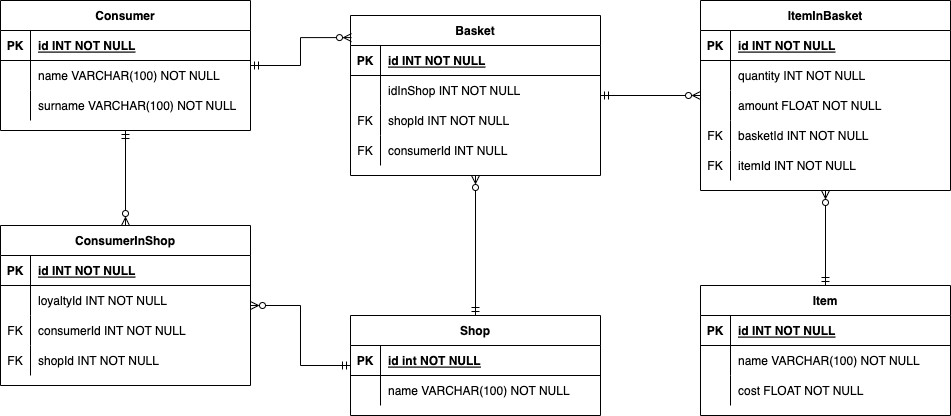
Above: ER_диаграмма_БД.png in DbnStr/diplom_work (draw.io), before the change. Source tidied: cells renumbered, new cells last; positions are measured from the earlier drawing's top-left corner, leaving out a move shared by most shapes.
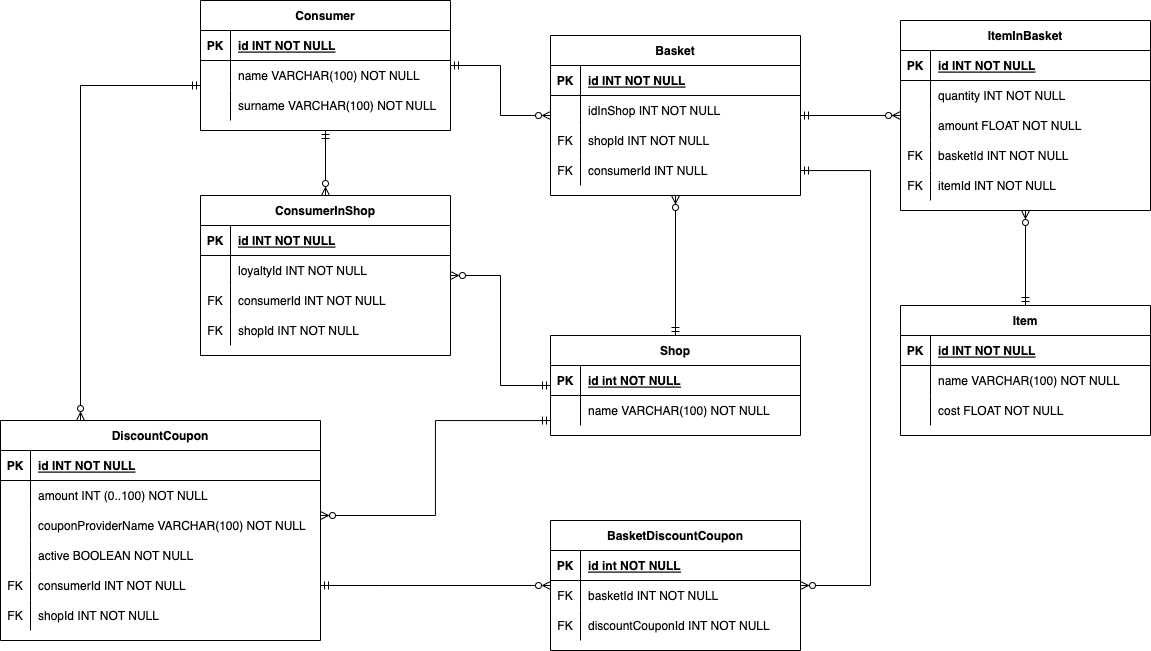
After the change.

Change to the diagram source:
```diff
@@ -53,6 +53,14 @@
     <mxCell id="18" style="edgeStyle=orthogonalEdgeStyle;rounded=0;jettySize=auto;html=1;startArrow=ERmandOne;startFill=0;endArrow=ERzeroToMany;endFill=0;" parent="1" edge="1" source="19" target="2">
       <mxGeometry relative="1" as="geometry" />
     </mxCell>
+    <mxCell id="77" style="edgeStyle=orthogonalEdgeStyle;rounded=0;jettySize=auto;html=1;startArrow=ERmandOne;startFill=0;endArrow=ERzeroToMany;endFill=0;" parent="1" edge="1" source="19" target="100">
+      <mxGeometry relative="1" as="geometry">
+        <Array as="points">
+          <mxPoint x="670" y="150" />
+          <mxPoint x="670" y="565" />
+        </Array>
+      </mxGeometry>
+    </mxCell>
     <mxCell id="19" value="Basket" style="shape=table;startSize=30;rowLines=0;fontStyle=1;align=center;" parent="1" vertex="1">
       <mxGeometry x="350" y="15" width="250" height="160" as="geometry" />
     </mxCell>
@@ -95,6 +103,14 @@
     <mxCell id="32" style="edgeStyle=orthogonalEdgeStyle;rounded=0;jettySize=auto;html=1;entryX=0.5;entryY=1;entryDx=0;entryDy=0;startArrow=ERmandOne;startFill=0;endArrow=ERzeroToMany;endFill=0;" parent="1" edge="1" source="33" target="19">
       <mxGeometry relative="1" as="geometry" />
     </mxCell>
+    <mxCell id="78" style="edgeStyle=orthogonalEdgeStyle;rounded=0;jettySize=auto;html=1;startArrow=ERmandOne;startFill=0;endArrow=ERzeroToMany;endFill=0;" parent="1" edge="1" source="33" target="80">
+      <mxGeometry relative="1" as="geometry">
+        <Array as="points">
+          <mxPoint x="235" y="400" />
+          <mxPoint x="235" y="495" />
+        </Array>
+      </mxGeometry>
+    </mxCell>
     <mxCell id="33" value="Shop" style="shape=table;startSize=30;rowLines=0;fontStyle=1;align=center;" parent="1" vertex="1">
       <mxGeometry x="350" y="315" width="250" height="100" as="geometry" />
     </mxCell>
@@ -116,14 +132,21 @@
     <mxCell id="39" value="name VARCHAR(100) NOT NULL" style="shape=partialRectangle;overflow=hidden;fillColor=none;top=0;left=0;bottom=0;right=0;align=left;spacingLeft=6;" parent="37" vertex="1">
       <mxGeometry x="30" width="220" height="30" as="geometry" />
     </mxCell>
-    <mxCell id="40" style="edgeStyle=orthogonalEdgeStyle;rounded=0;jettySize=auto;html=1;entryX=0.004;entryY=0.138;entryDx=0;entryDy=0;entryPerimeter=0;startArrow=ERmandOne;startFill=0;endArrow=ERzeroToMany;endFill=0;" parent="1" edge="1" source="42" target="19">
+    <mxCell id="40" style="edgeStyle=orthogonalEdgeStyle;rounded=0;jettySize=auto;html=1;startArrow=ERmandOne;startFill=0;endArrow=ERzeroToMany;endFill=0;" parent="1" edge="1" source="42" target="19">
       <mxGeometry relative="1" as="geometry" />
     </mxCell>
     <mxCell id="41" style="edgeStyle=orthogonalEdgeStyle;rounded=0;jettySize=auto;html=1;entryX=0.5;entryY=0;entryDx=0;entryDy=0;startArrow=ERmandOne;startFill=0;endArrow=ERzeroToMany;endFill=0;" parent="1" edge="1" source="42" target="64">
       <mxGeometry relative="1" as="geometry" />
     </mxCell>
+    <mxCell id="79" style="edgeStyle=orthogonalEdgeStyle;rounded=0;jettySize=auto;html=1;entryX=0.25;entryY=0;entryDx=0;entryDy=0;startArrow=ERmandOne;startFill=0;endArrow=ERzeroToMany;endFill=0;" parent="1" edge="1" source="42" target="80">
+      <mxGeometry relative="1" as="geometry">
+        <Array as="points">
+          <mxPoint x="-120" y="65" />
+        </Array>
+      </mxGeometry>
+    </mxCell>
     <mxCell id="42" value="Consumer" style="shape=table;startSize=30;rowLines=0;fontStyle=1;align=center;" parent="1" vertex="1">
-      <mxGeometry width="250" height="130" as="geometry" />
+      <mxGeometry y="-20" width="250" height="130" as="geometry" />
     </mxCell>
     <mxCell id="43" style="shape=partialRectangle;fillColor=none;top=0;left=0;right=0;bottom=1;" parent="42" vertex="1">
       <mxGeometry y="30" width="250" height="30" as="geometry" />
@@ -189,7 +212,7 @@
       <mxGeometry relative="1" as="geometry" />
     </mxCell>
     <mxCell id="64" value="ConsumerInShop" style="shape=table;startSize=30;rowLines=0;fontStyle=1;align=center;" parent="1" vertex="1">
-      <mxGeometry y="225" width="250" height="160" as="geometry" />
+      <mxGeometry y="175" width="250" height="160" as="geometry" />
     </mxCell>
     <mxCell id="65" style="shape=partialRectangle;fillColor=none;top=0;left=0;right=0;bottom=1;" parent="64" vertex="1">
       <mxGeometry y="30" width="250" height="30" as="geometry" />
@@ -227,5 +250,100 @@
     <mxCell id="76" value="shopId INT NOT NULL" style="shape=partialRectangle;overflow=hidden;fillColor=none;top=0;left=0;bottom=0;right=0;align=left;spacingLeft=6;" parent="74" vertex="1">
       <mxGeometry x="30" width="220" height="30" as="geometry" />
     </mxCell>
+    <mxCell id="80" value="DiscountCoupon" style="shape=table;startSize=30;rowLines=0;fontStyle=1;align=center;" parent="1" vertex="1">
+      <mxGeometry x="-200" y="400" width="320" height="220" as="geometry" />
+    </mxCell>
+    <mxCell id="81" style="shape=partialRectangle;fillColor=none;top=0;left=0;right=0;bottom=1;" parent="80" vertex="1">
+      <mxGeometry y="30" width="320" height="30" as="geometry" />
+    </mxCell>
+    <mxCell id="82" value="PK" style="shape=partialRectangle;overflow=hidden;fillColor=none;top=0;left=0;bottom=0;right=0;fontStyle=1;" parent="81" vertex="1">
+      <mxGeometry width="30" height="30" as="geometry" />
+    </mxCell>
+    <mxCell id="83" value="id INT NOT NULL " style="shape=partialRectangle;overflow=hidden;fillColor=none;top=0;left=0;bottom=0;right=0;align=left;spacingLeft=6;fontStyle=5;" parent="81" vertex="1">
+      <mxGeometry x="30" width="290" height="30" as="geometry" />
+    </mxCell>
+    <mxCell id="84" style="shape=partialRectangle;fillColor=none;top=0;left=0;right=0;bottom=0;" parent="80" vertex="1">
+      <mxGeometry y="60" width="320" height="30" as="geometry" />
+    </mxCell>
+    <mxCell id="85" style="shape=partialRectangle;overflow=hidden;fillColor=none;top=0;left=0;bottom=0;right=0;" parent="84" vertex="1">
+      <mxGeometry width="30" height="30" as="geometry" />
+    </mxCell>
+    <mxCell id="86" value="amount INT (0..100) NOT NULL" style="shape=partialRectangle;overflow=hidden;fillColor=none;top=0;left=0;bottom=0;right=0;align=left;spacingLeft=6;" parent="84" vertex="1">
+      <mxGeometry x="30" width="290" height="30" as="geometry" />
+    </mxCell>
+    <mxCell id="87" style="shape=partialRectangle;fillColor=none;top=0;left=0;right=0;bottom=0;" parent="80" vertex="1">
+      <mxGeometry y="90" width="320" height="30" as="geometry" />
+    </mxCell>
+    <mxCell id="88" style="shape=partialRectangle;overflow=hidden;fillColor=none;top=0;left=0;bottom=0;right=0;" parent="87" vertex="1">
+      <mxGeometry width="30" height="30" as="geometry" />
+    </mxCell>
+    <mxCell id="89" value="couponProviderName VARCHAR(100) NOT NULL " style="shape=partialRectangle;overflow=hidden;fillColor=none;top=0;left=0;bottom=0;right=0;align=left;spacingLeft=6;" parent="87" vertex="1">
+      <mxGeometry x="30" width="290" height="30" as="geometry" />
+    </mxCell>
+    <mxCell id="90" style="shape=partialRectangle;fillColor=none;top=0;left=0;right=0;bottom=0;" parent="80" vertex="1">
+      <mxGeometry y="120" width="320" height="30" as="geometry" />
+    </mxCell>
+    <mxCell id="91" style="shape=partialRectangle;overflow=hidden;fillColor=none;top=0;left=0;bottom=0;right=0;" parent="90" vertex="1">
+      <mxGeometry width="30" height="30" as="geometry" />
+    </mxCell>
+    <mxCell id="92" value="active BOOLEAN NOT NULL" style="shape=partialRectangle;overflow=hidden;fillColor=none;top=0;left=0;bottom=0;right=0;align=left;spacingLeft=6;" parent="90" vertex="1">
+      <mxGeometry x="30" width="290" height="30" as="geometry" />
+    </mxCell>
+    <mxCell id="93" style="shape=partialRectangle;fillColor=none;top=0;left=0;right=0;bottom=0;" parent="80" vertex="1">
+      <mxGeometry y="150" width="320" height="30" as="geometry" />
+    </mxCell>
+    <mxCell id="94" value="FK" style="shape=partialRectangle;overflow=hidden;fillColor=none;top=0;left=0;bottom=0;right=0;" parent="93" vertex="1">
+      <mxGeometry width="30" height="30" as="geometry" />
+    </mxCell>
+    <mxCell id="95" value="consumerId INT NOT NULL" style="shape=partialRectangle;overflow=hidden;fillColor=none;top=0;left=0;bottom=0;right=0;align=left;spacingLeft=6;" parent="93" vertex="1">
+      <mxGeometry x="30" width="290" height="30" as="geometry" />
+    </mxCell>
+    <mxCell id="96" style="shape=partialRectangle;fillColor=none;top=0;left=0;right=0;bottom=0;" parent="80" vertex="1">
+      <mxGeometry y="180" width="320" height="30" as="geometry" />
+    </mxCell>
+    <mxCell id="97" value="FK" style="shape=partialRectangle;overflow=hidden;fillColor=none;top=0;left=0;bottom=0;right=0;" parent="96" vertex="1">
+      <mxGeometry width="30" height="30" as="geometry" />
+    </mxCell>
+    <mxCell id="98" value="shopId INT NOT NULL" style="shape=partialRectangle;overflow=hidden;fillColor=none;top=0;left=0;bottom=0;right=0;align=left;spacingLeft=6;" parent="96" vertex="1">
+      <mxGeometry x="30" width="290" height="30" as="geometry" />
+    </mxCell>
+    <mxCell id="99" style="edgeStyle=orthogonalEdgeStyle;rounded=0;jettySize=auto;html=1;startArrow=ERzeroToMany;startFill=0;endArrow=ERmandOne;endFill=0;" parent="1" edge="1" source="100" target="80">
+      <mxGeometry relative="1" as="geometry">
+        <Array as="points">
+          <mxPoint x="180" y="565" />
+          <mxPoint x="180" y="565" />
+        </Array>
+      </mxGeometry>
+    </mxCell>
+    <mxCell id="100" value="BasketDiscountCoupon" style="shape=table;startSize=30;rowLines=0;fontStyle=1;align=center;" parent="1" vertex="1">
+      <mxGeometry x="350" y="500" width="250" height="130" as="geometry" />
+    </mxCell>
+    <mxCell id="101" style="shape=partialRectangle;fillColor=none;top=0;left=0;right=0;bottom=1;" parent="100" vertex="1">
+      <mxGeometry y="30" width="250" height="30" as="geometry" />
+    </mxCell>
+    <mxCell id="102" value="PK" style="shape=partialRectangle;overflow=hidden;fillColor=none;top=0;left=0;bottom=0;right=0;fontStyle=1;" parent="101" vertex="1">
+      <mxGeometry width="30" height="30" as="geometry" />
+    </mxCell>
+    <mxCell id="103" value="id int NOT NULL " style="shape=partialRectangle;overflow=hidden;fillColor=none;top=0;left=0;bottom=0;right=0;align=left;spacingLeft=6;fontStyle=5;" parent="101" vertex="1">
+      <mxGeometry x="30" width="220" height="30" as="geometry" />
+    </mxCell>
+    <mxCell id="104" style="shape=partialRectangle;fillColor=none;top=0;left=0;right=0;bottom=0;" parent="100" vertex="1">
+      <mxGeometry y="60" width="250" height="30" as="geometry" />
+    </mxCell>
+    <mxCell id="105" value="FK" style="shape=partialRectangle;overflow=hidden;fillColor=none;top=0;left=0;bottom=0;right=0;" parent="104" vertex="1">
+      <mxGeometry width="30" height="30" as="geometry" />
+    </mxCell>
+    <mxCell id="106" value="basketId INT NOT NULL" style="shape=partialRectangle;overflow=hidden;fillColor=none;top=0;left=0;bottom=0;right=0;align=left;spacingLeft=6;" parent="104" vertex="1">
+      <mxGeometry x="30" width="220" height="30" as="geometry" />
+    </mxCell>
+    <mxCell id="107" style="shape=partialRectangle;fillColor=none;top=0;left=0;right=0;bottom=0;" parent="100" vertex="1">
+      <mxGeometry y="90" width="250" height="30" as="geometry" />
+    </mxCell>
+    <mxCell id="108" value="FK" style="shape=partialRectangle;overflow=hidden;fillColor=none;top=0;left=0;bottom=0;right=0;" parent="107" vertex="1">
+      <mxGeometry width="30" height="30" as="geometry" />
+    </mxCell>
+    <mxCell id="109" value="discountCouponId INT NOT NULL" style="shape=partialRectangle;overflow=hidden;fillColor=none;top=0;left=0;bottom=0;right=0;align=left;spacingLeft=6;" parent="107" vertex="1">
+      <mxGeometry x="30" width="220" height="30" as="geometry" />
+    </mxCell>
   </root>
 </mxGraphModel>
```
